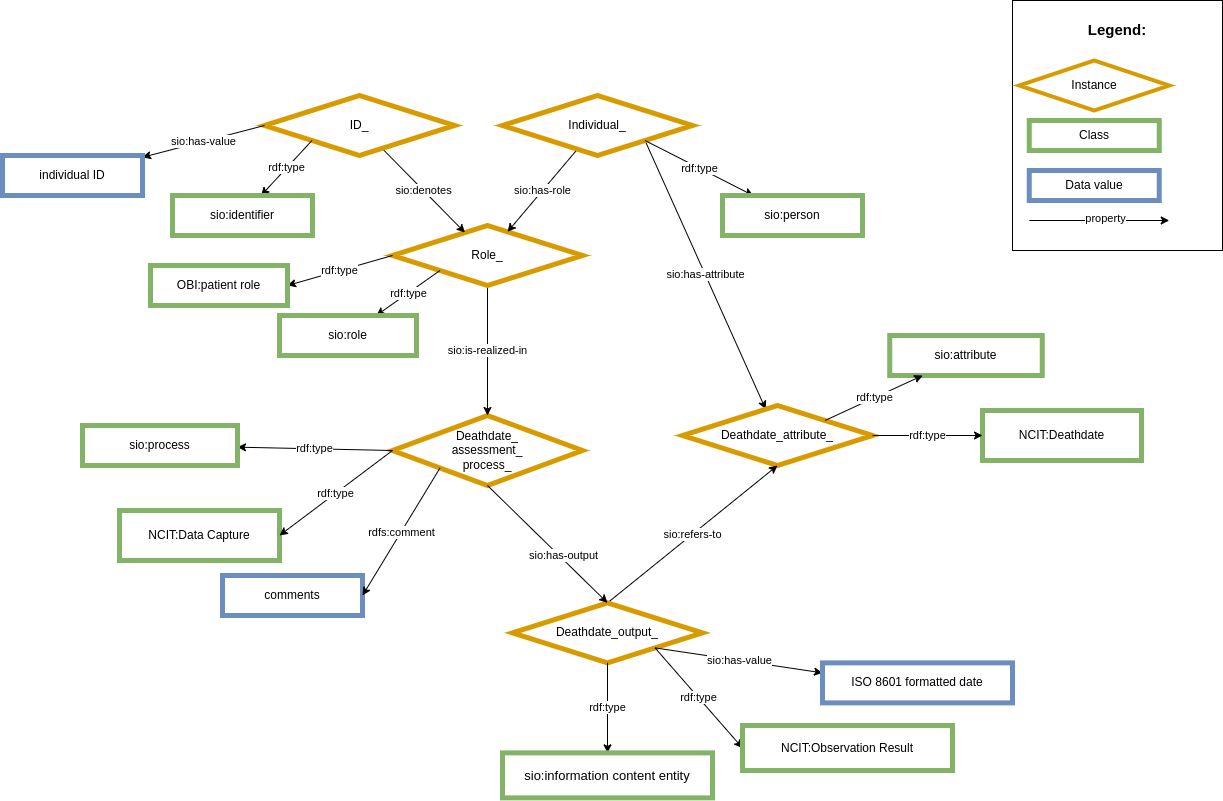
Earlier version of the draw.io export images/CARE-SM-Deathdate.png (CARE-SM/CARE-Semantic-Model). Source tidied: cells renumbered, new cells last; positions are measured from the earlier drawing's top-left corner, leaving out a move shared by most shapes. The source it was exported from:
```xml
<mxGraphModel>
  <root>
    <mxCell id="0" />
    <mxCell id="1" parent="0" />
    <mxCell id="2" value="Deathdate_&lt;br&gt;assessment_&lt;br&gt;process_" style="rhombus;whiteSpace=wrap;html=1;fillColor=#FFFFFF;strokeColor=#d79b00;strokeWidth=5;rounded=0;" parent="1" vertex="1">
      <mxGeometry x="390" y="415" width="190" height="70" as="geometry" />
    </mxCell>
    <mxCell id="3" value="&lt;span style=&quot;color: rgb(0, 0, 0); font-family: Helvetica; font-size: 11px; font-style: normal; font-variant-ligatures: normal; font-variant-caps: normal; font-weight: 400; letter-spacing: normal; orphans: 2; text-align: center; text-indent: 0px; text-transform: none; widows: 2; word-spacing: 0px; -webkit-text-stroke-width: 0px; background-color: rgb(255, 255, 255); text-decoration-thickness: initial; text-decoration-style: initial; text-decoration-color: initial; float: none; display: inline !important;&quot;&gt;sio:is-realized-in&lt;/span&gt;" style="rounded=0;jettySize=auto;html=1;exitX=0.5;exitY=1;exitDx=0;exitDy=0;entryX=0.5;entryY=0;entryDx=0;entryDy=0;" parent="1" edge="1" source="5" target="2">
      <mxGeometry relative="1" as="geometry" />
    </mxCell>
    <mxCell id="4" value="sio:has-attribute" style="rounded=0;jettySize=auto;html=1;exitX=1;exitY=1;exitDx=0;exitDy=0;" parent="1" edge="1" source="9" target="10">
      <mxGeometry relative="1" as="geometry" />
    </mxCell>
    <mxCell id="5" value="Role_" style="rhombus;whiteSpace=wrap;html=1;fillColor=#FFFFFF;strokeColor=#d79b00;strokeWidth=5;rounded=0;" parent="1" vertex="1">
      <mxGeometry x="390" y="225" width="190" height="60" as="geometry" />
    </mxCell>
    <mxCell id="6" value="sio:denotes" style="edgeStyle=none;rounded=0;jettySize=auto;html=1;" parent="1" edge="1" source="7" target="5">
      <mxGeometry relative="1" as="geometry" />
    </mxCell>
    <mxCell id="7" value="ID_" style="rhombus;whiteSpace=wrap;html=1;fillColor=#FFFFFF;strokeColor=#d79b00;strokeWidth=5;rounded=0;" parent="1" vertex="1">
      <mxGeometry x="262" y="95" width="190" height="60" as="geometry" />
    </mxCell>
    <mxCell id="8" value="sio:has-role" style="edgeStyle=none;rounded=0;jettySize=auto;html=1;" parent="1" edge="1" source="9" target="5">
      <mxGeometry relative="1" as="geometry" />
    </mxCell>
    <mxCell id="9" value="Individual_" style="rhombus;whiteSpace=wrap;html=1;fillColor=#FFFFFF;strokeColor=#d79b00;strokeWidth=5;rounded=0;" parent="1" vertex="1">
      <mxGeometry x="500" y="95" width="190" height="60" as="geometry" />
    </mxCell>
    <mxCell id="10" value="Deathdate_attribute_" style="rhombus;whiteSpace=wrap;html=1;fillColor=#FFFFFF;strokeColor=#d79b00;strokeWidth=5;rounded=0;" parent="1" vertex="1">
      <mxGeometry x="680" y="405" width="190" height="60" as="geometry" />
    </mxCell>
    <mxCell id="11" value="sio:attribute" style="whiteSpace=wrap;html=1;fillColor=#FFFFFF;strokeColor=#82b366;strokeWidth=5;" parent="1" vertex="1">
      <mxGeometry x="887.2" y="335" width="152.5" height="40" as="geometry" />
    </mxCell>
    <mxCell id="12" value="rdf:type" style="edgeStyle=none;rounded=0;jettySize=auto;html=1;exitX=0;exitY=1;exitDx=0;exitDy=0;" parent="1" edge="1" source="5" target="13">
      <mxGeometry relative="1" as="geometry" />
    </mxCell>
    <mxCell id="13" value="sio:role" style="whiteSpace=wrap;html=1;fillColor=#FFFFFF;strokeColor=#82b366;strokeWidth=5;" parent="1" vertex="1">
      <mxGeometry x="277" y="315" width="137" height="40" as="geometry" />
    </mxCell>
    <mxCell id="14" value="rdf:type" style="edgeStyle=none;rounded=0;jettySize=auto;html=1;exitX=0;exitY=1;exitDx=0;exitDy=0;" parent="1" edge="1" source="7" target="15">
      <mxGeometry relative="1" as="geometry" />
    </mxCell>
    <mxCell id="15" value="sio:identifier" style="whiteSpace=wrap;html=1;fillColor=#FFFFFF;strokeColor=#82b366;strokeWidth=5;" parent="1" vertex="1">
      <mxGeometry x="170" y="195" width="140" height="40" as="geometry" />
    </mxCell>
    <mxCell id="16" value="rdf:type" style="edgeStyle=none;rounded=0;jettySize=auto;html=1;exitX=1;exitY=1;exitDx=0;exitDy=0;" parent="1" edge="1" source="9" target="17">
      <mxGeometry relative="1" as="geometry" />
    </mxCell>
    <mxCell id="17" value="sio:person" style="whiteSpace=wrap;html=1;fillColor=#FFFFFF;strokeColor=#82b366;strokeWidth=5;" parent="1" vertex="1">
      <mxGeometry x="720" y="195" width="140" height="40" as="geometry" />
    </mxCell>
    <mxCell id="18" value="rdf:type" style="edgeStyle=none;rounded=0;orthogonalLoop=1;jettySize=auto;html=1;exitX=0.5;exitY=1;exitDx=0;exitDy=0;" parent="1" edge="1">
      <mxGeometry relative="1" as="geometry">
        <mxPoint x="390" y="725" as="sourcePoint" />
      </mxGeometry>
    </mxCell>
    <mxCell id="19" value="sio:has-value" style="rounded=0;jettySize=auto;html=1;exitX=0;exitY=0.5;exitDx=0;exitDy=0;" parent="1" edge="1" source="7" target="20">
      <mxGeometry relative="1" as="geometry" />
    </mxCell>
    <mxCell id="20" value="individual ID" style="whiteSpace=wrap;html=1;fillColor=#FFFFFF;strokeColor=#6c8ebf;strokeWidth=5;" parent="1" vertex="1">
      <mxGeometry y="155" width="140" height="40" as="geometry" />
    </mxCell>
    <mxCell id="21" value="rdf:type" style="edgeStyle=none;rounded=0;jettySize=auto;html=1;exitX=0;exitY=0.5;exitDx=0;exitDy=0;entryX=1;entryY=0.5;entryDx=0;entryDy=0;" parent="1" edge="1" source="5" target="22">
      <mxGeometry relative="1" as="geometry" />
    </mxCell>
    <mxCell id="22" value="OBI:patient role" style="whiteSpace=wrap;html=1;fillColor=#FFFFFF;strokeColor=#82b366;strokeWidth=5;" parent="1" vertex="1">
      <mxGeometry x="148" y="265" width="137" height="40" as="geometry" />
    </mxCell>
    <mxCell id="23" value="sio:refers-to" style="edgeStyle=none;rounded=0;jettySize=auto;html=1;entryX=0.5;entryY=1;entryDx=0;entryDy=0;exitX=0.5;exitY=0;exitDx=0;exitDy=0;" parent="1" edge="1" source="24">
      <mxGeometry relative="1" as="geometry">
        <mxPoint x="775" y="465" as="targetPoint" />
      </mxGeometry>
    </mxCell>
    <mxCell id="24" value="Deathdate_output_" style="rhombus;whiteSpace=wrap;html=1;fillColor=#FFFFFF;strokeColor=#d79b00;strokeWidth=5;rounded=0;" parent="1" vertex="1">
      <mxGeometry x="510" y="602.4" width="190" height="60" as="geometry" />
    </mxCell>
    <mxCell id="25" style="edgeStyle=none;rounded=0;jettySize=auto;html=1;exitX=0.5;exitY=1;exitDx=0;exitDy=0;entryX=0.5;entryY=0;entryDx=0;entryDy=0;" parent="1" edge="1" source="2" target="24">
      <mxGeometry relative="1" as="geometry" />
    </mxCell>
    <mxCell id="26" value="&lt;span style=&quot;color: rgb(0, 0, 0); font-family: Helvetica; font-size: 11px; font-style: normal; font-variant-ligatures: normal; font-variant-caps: normal; font-weight: 400; letter-spacing: normal; orphans: 2; text-align: center; text-indent: 0px; text-transform: none; widows: 2; word-spacing: 0px; -webkit-text-stroke-width: 0px; background-color: rgb(255, 255, 255); text-decoration-thickness: initial; text-decoration-style: initial; text-decoration-color: initial; float: none; display: inline !important;&quot;&gt;sio:has-output&lt;/span&gt;" style="edgeLabel;html=1;align=center;verticalAlign=middle;" parent="25" vertex="1">
      <mxGeometry x="-0.21" y="-1" relative="1" as="geometry">
        <mxPoint x="28" y="22" as="offset" />
      </mxGeometry>
    </mxCell>
    <mxCell id="27" value="rdf:type" style="edgeStyle=none;rounded=0;jettySize=auto;html=1;exitX=0.5;exitY=1;exitDx=0;exitDy=0;" parent="1" edge="1" source="24" target="28">
      <mxGeometry relative="1" as="geometry" />
    </mxCell>
    <mxCell id="28" value="&lt;font size=&quot;2&quot;&gt;sio:information content entity&lt;/font&gt;" style="whiteSpace=wrap;html=1;fillColor=#FFFFFF;strokeColor=#82b366;strokeWidth=5;" parent="1" vertex="1">
      <mxGeometry x="500" y="752.4" width="210" height="45" as="geometry" />
    </mxCell>
    <mxCell id="29" value="sio:has-value" style="rounded=0;jettySize=auto;html=1;exitX=1;exitY=1;exitDx=0;exitDy=0;entryX=0;entryY=0.25;entryDx=0;entryDy=0;" parent="1" edge="1" source="24" target="30">
      <mxGeometry relative="1" as="geometry" />
    </mxCell>
    <mxCell id="30" value="ISO 8601 formatted date" style="whiteSpace=wrap;html=1;fillColor=#FFFFFF;strokeColor=#6c8ebf;strokeWidth=5;" parent="1" vertex="1">
      <mxGeometry x="820" y="662.4" width="190" height="40" as="geometry" />
    </mxCell>
    <mxCell id="31" value="rdf:type" style="edgeStyle=none;rounded=0;jettySize=auto;html=1;exitX=1;exitY=1;exitDx=0;exitDy=0;entryX=0;entryY=0.5;entryDx=0;entryDy=0;" parent="1" edge="1" source="24" target="32">
      <mxGeometry relative="1" as="geometry" />
    </mxCell>
    <mxCell id="32" value="NCIT:Observation Result" style="whiteSpace=wrap;html=1;fillColor=#FFFFFF;strokeColor=#82b366;strokeWidth=5;" parent="1" vertex="1">
      <mxGeometry x="740" y="725" width="210" height="45" as="geometry" />
    </mxCell>
    <mxCell id="33" value="rdf:type" style="edgeStyle=none;rounded=0;jettySize=auto;html=1;exitX=0;exitY=0.5;exitDx=0;exitDy=0;" parent="1" edge="1" source="2" target="34">
      <mxGeometry relative="1" as="geometry" />
    </mxCell>
    <mxCell id="34" value="sio:process" style="whiteSpace=wrap;html=1;fillColor=#FFFFFF;strokeColor=#82b366;strokeWidth=5;" parent="1" vertex="1">
      <mxGeometry x="80" y="425" width="155" height="40" as="geometry" />
    </mxCell>
    <mxCell id="35" value="NCIT:Data Capture" style="whiteSpace=wrap;html=1;fillColor=#FFFFFF;strokeColor=#82b366;strokeWidth=5;" parent="1" vertex="1">
      <mxGeometry x="117" y="510" width="160" height="50" as="geometry" />
    </mxCell>
    <mxCell id="36" value="comments" style="whiteSpace=wrap;html=1;fillColor=#FFFFFF;strokeColor=#6c8ebf;strokeWidth=5;" parent="1" vertex="1">
      <mxGeometry x="220" y="575" width="140" height="40" as="geometry" />
    </mxCell>
    <mxCell id="37" value="NCIT:Deathdate&lt;span style=&quot;background-color: initial;&quot;&gt;&lt;br&gt;&lt;/span&gt;" style="whiteSpace=wrap;html=1;fillColor=#FFFFFF;strokeColor=#82b366;strokeWidth=5;" parent="1" vertex="1">
      <mxGeometry x="980" y="410" width="159" height="50" as="geometry" />
    </mxCell>
    <mxCell id="38" value="rdf:type" style="edgeStyle=none;rounded=0;jettySize=auto;html=1;exitX=1;exitY=0.5;exitDx=0;exitDy=0;entryX=0;entryY=0.5;entryDx=0;entryDy=0;" parent="1" edge="1" target="37">
      <mxGeometry relative="1" as="geometry">
        <mxPoint x="870" y="435" as="sourcePoint" />
      </mxGeometry>
    </mxCell>
    <mxCell id="39" value="&lt;div style=&quot;text-align: left; font-size: 15px;&quot;&gt;&lt;span style=&quot;background-color: initial;&quot;&gt;&lt;b style=&quot;&quot;&gt;&lt;font style=&quot;font-size: 15px;&quot;&gt;Legend:&lt;/font&gt;&lt;/b&gt;&lt;/span&gt;&lt;/div&gt;&lt;div style=&quot;text-align: left; font-size: 15px;&quot;&gt;&lt;span style=&quot;background-color: initial;&quot;&gt;&lt;br&gt;&lt;/span&gt;&lt;/div&gt;&lt;div style=&quot;text-align: left;&quot;&gt;&lt;span style=&quot;background-color: initial;&quot;&gt;&lt;br&gt;&lt;/span&gt;&lt;/div&gt;&lt;div style=&quot;text-align: left;&quot;&gt;&lt;span style=&quot;background-color: initial;&quot;&gt;&lt;br&gt;&lt;/span&gt;&lt;/div&gt;&lt;div style=&quot;text-align: left;&quot;&gt;&lt;br&gt;&lt;/div&gt;&lt;div style=&quot;text-align: left;&quot;&gt;&lt;br&gt;&lt;/div&gt;&lt;div style=&quot;text-align: left;&quot;&gt;&lt;br&gt;&lt;/div&gt;&lt;div style=&quot;text-align: left;&quot;&gt;&lt;br&gt;&lt;/div&gt;&lt;div style=&quot;text-align: left;&quot;&gt;&lt;br&gt;&lt;/div&gt;&lt;div style=&quot;text-align: left;&quot;&gt;&lt;span style=&quot;background-color: initial;&quot;&gt;&lt;br&gt;&lt;/span&gt;&lt;/div&gt;&lt;div style=&quot;text-align: left;&quot;&gt;&lt;span style=&quot;background-color: initial;&quot;&gt;&lt;br&gt;&lt;/span&gt;&lt;/div&gt;&lt;div style=&quot;text-align: left;&quot;&gt;&lt;span style=&quot;background-color: initial;&quot;&gt;&lt;br&gt;&lt;/span&gt;&lt;/div&gt;&lt;div style=&quot;text-align: left;&quot;&gt;&lt;span style=&quot;background-color: initial;&quot;&gt;&lt;br&gt;&lt;/span&gt;&lt;/div&gt;&lt;div style=&quot;text-align: left;&quot;&gt;&lt;span style=&quot;background-color: initial;&quot;&gt;&lt;br&gt;&lt;/span&gt;&lt;/div&gt;" style="rounded=0;whiteSpace=wrap;html=1;" parent="1" vertex="1">
      <mxGeometry x="1010" width="210" height="250" as="geometry" />
    </mxCell>
    <mxCell id="40" value="Class" style="whiteSpace=wrap;html=1;fillColor=#FFFFFF;strokeColor=#82b366;strokeWidth=5;" parent="1" vertex="1">
      <mxGeometry x="1026.8" y="120" width="130" height="30" as="geometry" />
    </mxCell>
    <mxCell id="41" value="Instance" style="rhombus;whiteSpace=wrap;html=1;fillColor=#FFFFFF;strokeColor=#D79B00;rotation=0;perimeter=rhombusPerimeter;arcSize=20;comic=0;enumerate=0;strokeWidth=4;rounded=0;" parent="1" vertex="1">
      <mxGeometry x="1016.8" y="60" width="150" height="50" as="geometry" />
    </mxCell>
    <mxCell id="42" value="Data value" style="whiteSpace=wrap;html=1;fillColor=#FFFFFF;strokeColor=#6c8ebf;strokeWidth=5;" parent="1" vertex="1">
      <mxGeometry x="1026.8" y="170" width="130" height="30" as="geometry" />
    </mxCell>
    <mxCell id="43" value="property" style="rounded=0;orthogonalLoop=1;jettySize=auto;html=1;exitX=1;exitY=1;exitDx=0;exitDy=0;" parent="1" edge="1">
      <mxGeometry x="0.09" y="2" relative="1" as="geometry">
        <mxPoint x="1026.8" y="220" as="sourcePoint" />
        <mxPoint x="1166.8" y="220" as="targetPoint" />
      </mxGeometry>
    </mxCell>
    <mxCell id="44" value="rdf:type" style="edgeStyle=none;rounded=0;jettySize=auto;html=1;exitX=1;exitY=0;exitDx=0;exitDy=0;" parent="1" edge="1" source="10" target="11">
      <mxGeometry relative="1" as="geometry" />
    </mxCell>
    <mxCell id="45" value="rdf:type" style="edgeStyle=none;rounded=0;jettySize=auto;html=1;exitX=0;exitY=0.5;exitDx=0;exitDy=0;entryX=1;entryY=0.5;entryDx=0;entryDy=0;" parent="1" edge="1" source="2" target="35">
      <mxGeometry relative="1" as="geometry" />
    </mxCell>
    <mxCell id="46" value="rdfs:comment" style="rounded=0;jettySize=auto;html=1;exitX=0;exitY=1;exitDx=0;exitDy=0;entryX=1;entryY=0.5;entryDx=0;entryDy=0;" parent="1" edge="1" source="2" target="36">
      <mxGeometry relative="1" as="geometry" />
    </mxCell>
  </root>
</mxGraphModel>
```
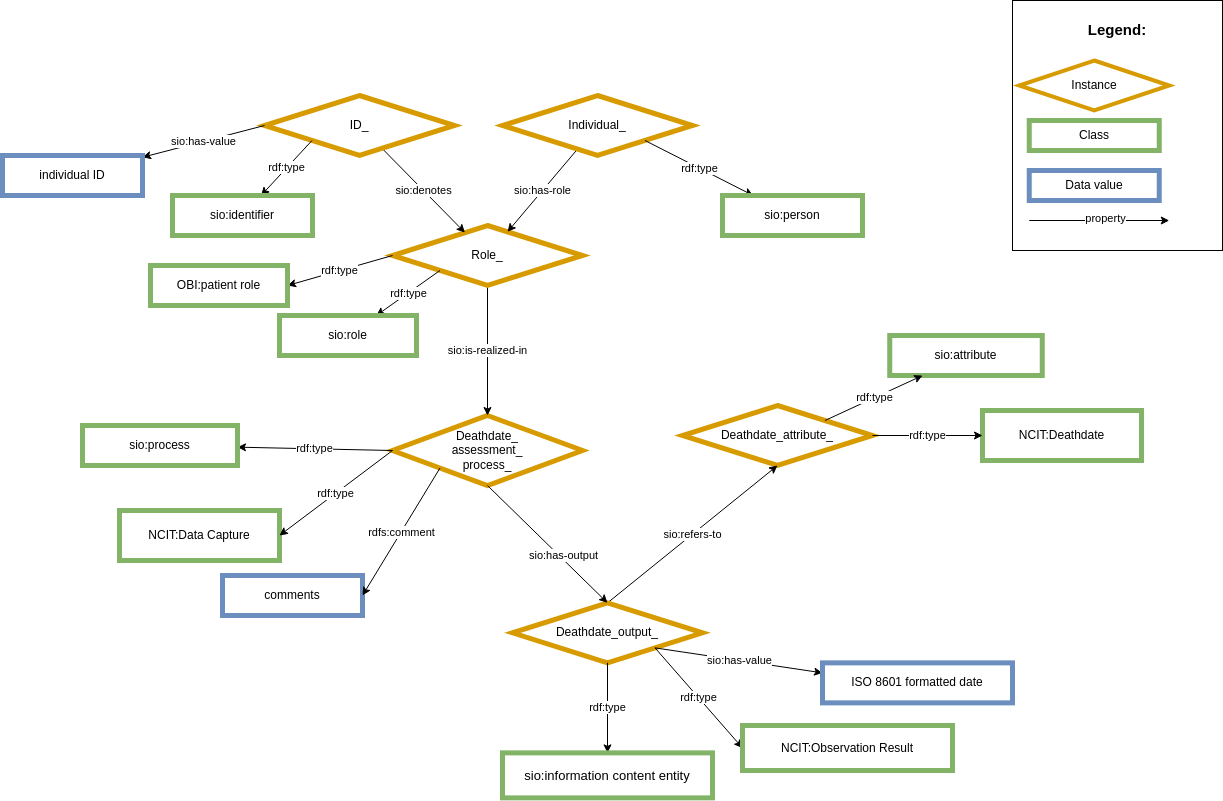
Above is the later version.

The edit, as a diff of the source:
```diff
@@ -8,9 +8,6 @@
     <mxCell id="3" value="&lt;span style=&quot;color: rgb(0, 0, 0); font-family: Helvetica; font-size: 11px; font-style: normal; font-variant-ligatures: normal; font-variant-caps: normal; font-weight: 400; letter-spacing: normal; orphans: 2; text-align: center; text-indent: 0px; text-transform: none; widows: 2; word-spacing: 0px; -webkit-text-stroke-width: 0px; background-color: rgb(255, 255, 255); text-decoration-thickness: initial; text-decoration-style: initial; text-decoration-color: initial; float: none; display: inline !important;&quot;&gt;sio:is-realized-in&lt;/span&gt;" style="rounded=0;jettySize=auto;html=1;exitX=0.5;exitY=1;exitDx=0;exitDy=0;entryX=0.5;entryY=0;entryDx=0;entryDy=0;" parent="1" edge="1" source="5" target="2">
       <mxGeometry relative="1" as="geometry" />
     </mxCell>
-    <mxCell id="4" value="sio:has-attribute" style="rounded=0;jettySize=auto;html=1;exitX=1;exitY=1;exitDx=0;exitDy=0;" parent="1" edge="1" source="9" target="10">
-      <mxGeometry relative="1" as="geometry" />
-    </mxCell>
     <mxCell id="5" value="Role_" style="rhombus;whiteSpace=wrap;html=1;fillColor=#FFFFFF;strokeColor=#d79b00;strokeWidth=5;rounded=0;" parent="1" vertex="1">
       <mxGeometry x="390" y="225" width="190" height="60" as="geometry" />
     </mxCell>
```
